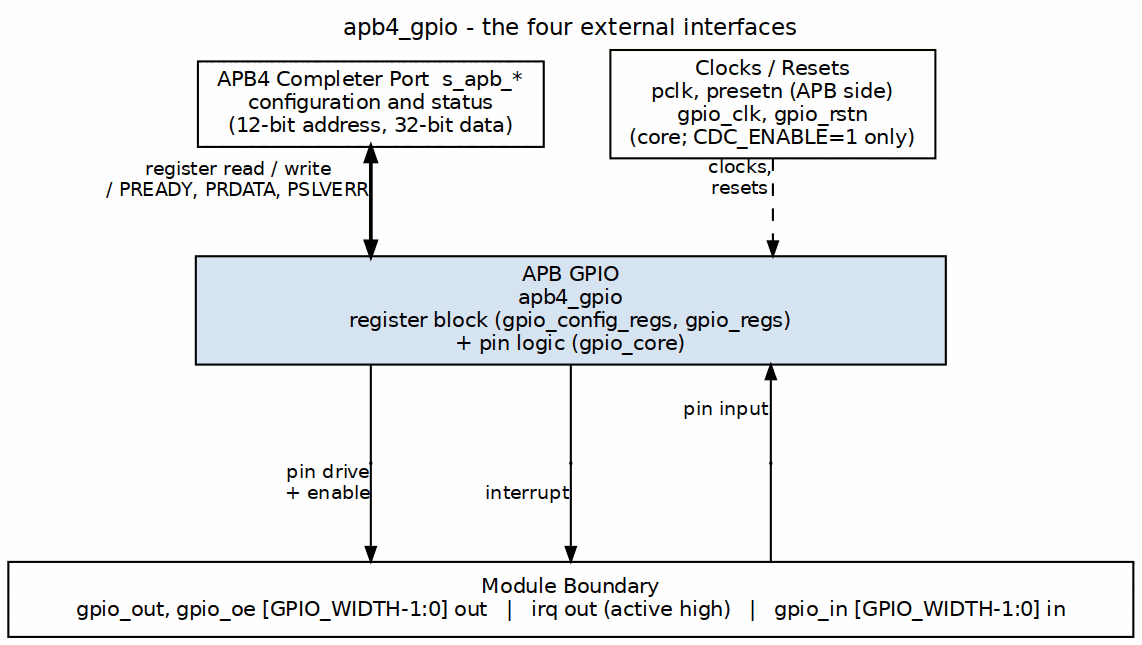
This is projects/components/legacy-ip/retro_legacy_blocks/docs/gpio_mas/assets/graphviz/gpio_interfaces.png from sean-galloway/RTLDesignSherpa, a Graphviz export, as it was before one commit. Its source is kept beside it as projects/components/legacy-ip/retro_legacy_blocks/docs/gpio_mas/assets/graphviz/gpio_interfaces.dot.
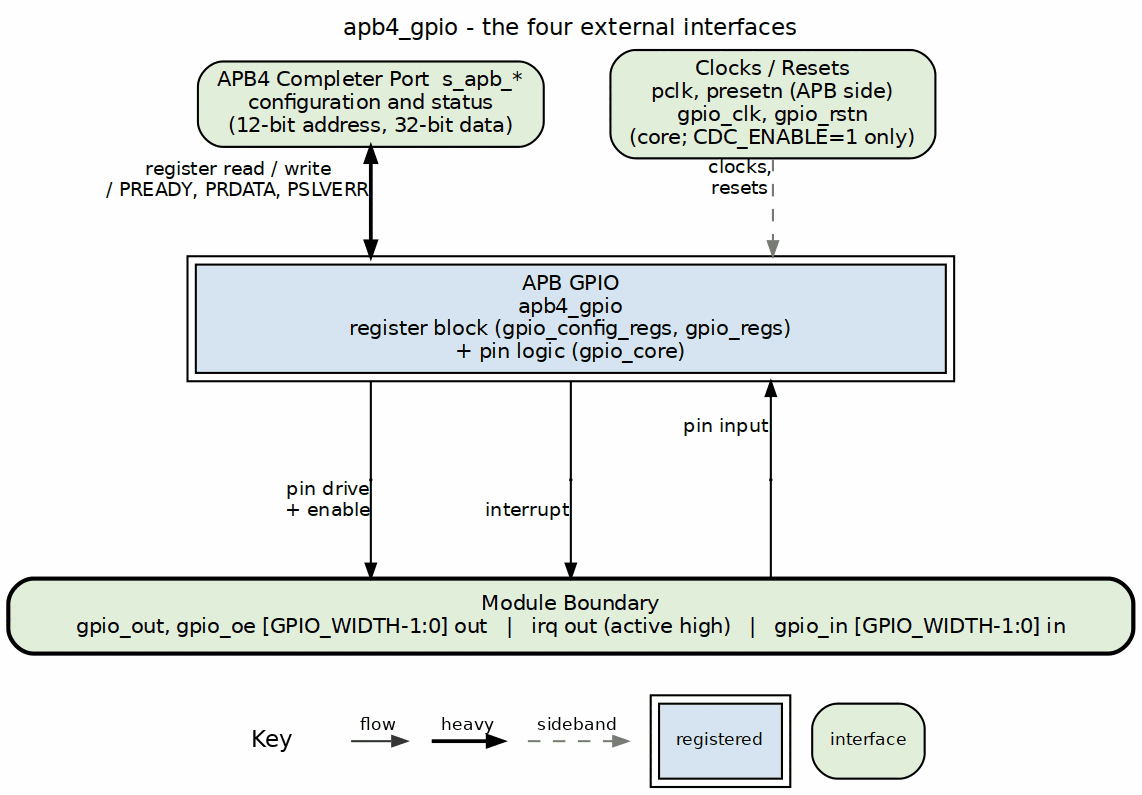
Later version of the same file.

Change to the diagram source:
```diff
@@ -4,17 +4,17 @@
            label="apb4_gpio - the four external interfaces",
            labelloc=t, labeljust=c];
     node  [fontname="Helvetica", fontsize=10, shape=box, style=filled,
-           fillcolor="#D6E4F0", color="black", margin="0.12,0.06"];
+           fillcolor="white", color="black", margin="0.12,0.06"];
     edge  [fontname="Helvetica", fontsize=9, color="black", arrowsize=0.7];
 
-    apb [label="APB4 Completer Port  s_apb_*\nconfiguration and status\n(12-bit address, 32-bit data)", fillcolor="white"];
-    clk [label="Clocks / Resets\npclk, presetn (APB side)\ngpio_clk, gpio_rstn\n(core; CDC_ENABLE=1 only)", fillcolor="white"];
-    top [label="APB GPIO\napb4_gpio\nregister block (gpio_config_regs, gpio_regs)\n+ pin logic (gpio_core)", width=5.0];
+    apb [label="APB4 Completer Port  s_apb_*\nconfiguration and status\n(12-bit address, 32-bit data)", fillcolor="white", style="rounded,filled", fillcolor="#E2EFDA"];
+    clk [label="Clocks / Resets\npclk, presetn (APB side)\ngpio_clk, gpio_rstn\n(core; CDC_ENABLE=1 only)", fillcolor="white", style="rounded,filled", fillcolor="#E2EFDA"];
+    top [label="APB GPIO\napb4_gpio\nregister block (gpio_config_regs, gpio_regs)\n+ pin logic (gpio_core)", width=5.0, peripheries=2, style="filled", fillcolor="#D6E4F0"];
     bar [label="Module Boundary\ngpio_out, gpio_oe [GPIO_WIDTH-1:0] out   |   irq out (active high)   |   gpio_in [GPIO_WIDTH-1:0] in",
-         fillcolor="white", width=7.5];
+         fillcolor="white", width=7.5, style="rounded,filled,bold", fillcolor="#E2EFDA"];
 
     apb -> top [dir=both, penwidth=1.8, xlabel="register read / write\n/ PREADY, PRDATA, PSLVERR"];
-    clk -> top [style=dashed, xlabel="clocks,\nresets"];
+    clk -> top [style=dashed, color="#777777", xlabel="clocks,\nresets"];
 
     p_out [shape=point, width=0.01];
     p_irq [shape=point, width=0.01];
```
